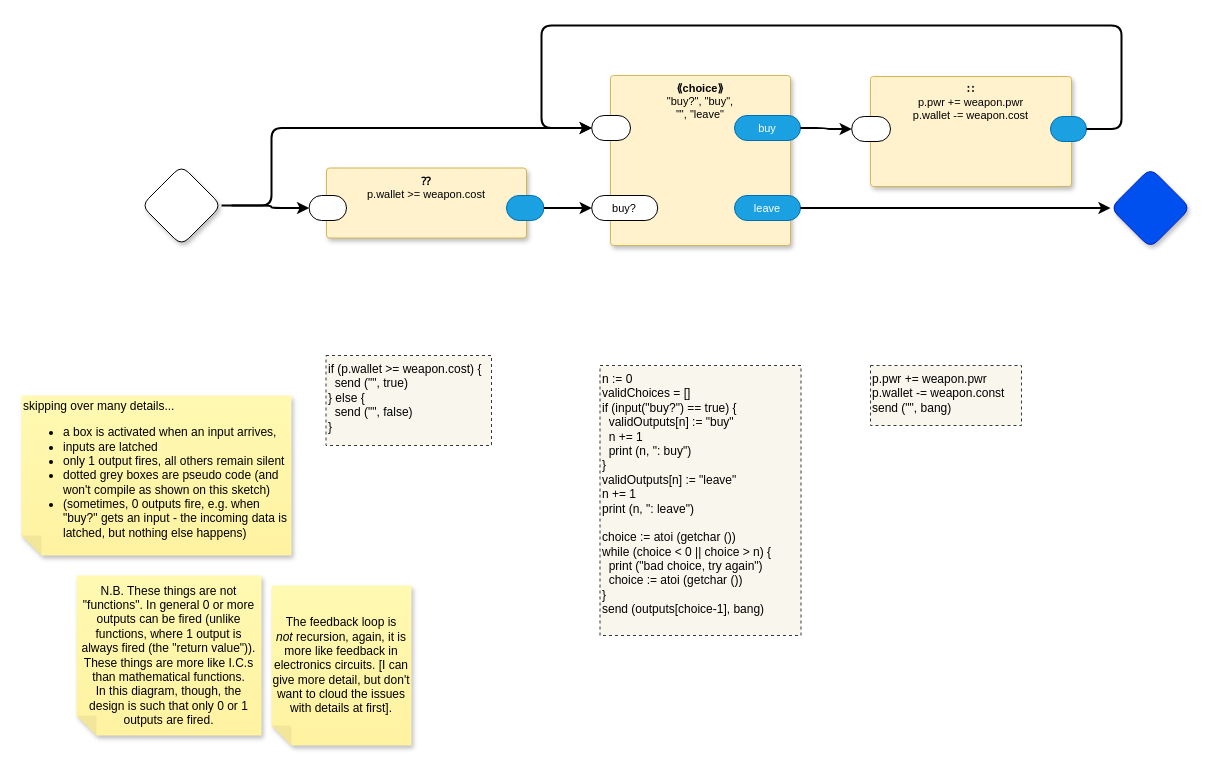
guitarvydas/dc0d keeps this draw.io diagram as page "Shop" (4 of 19) of dc0d.drawio. Above is the earlier version. Source tidied: cells renumbered, new cells numbered last; positions are measured from the earlier drawing's top-left corner, leaving out a move shared by most shapes. Both pictures are drawn from the tidied source at 100%, with x=0, y=0 at pixel (21, 25).
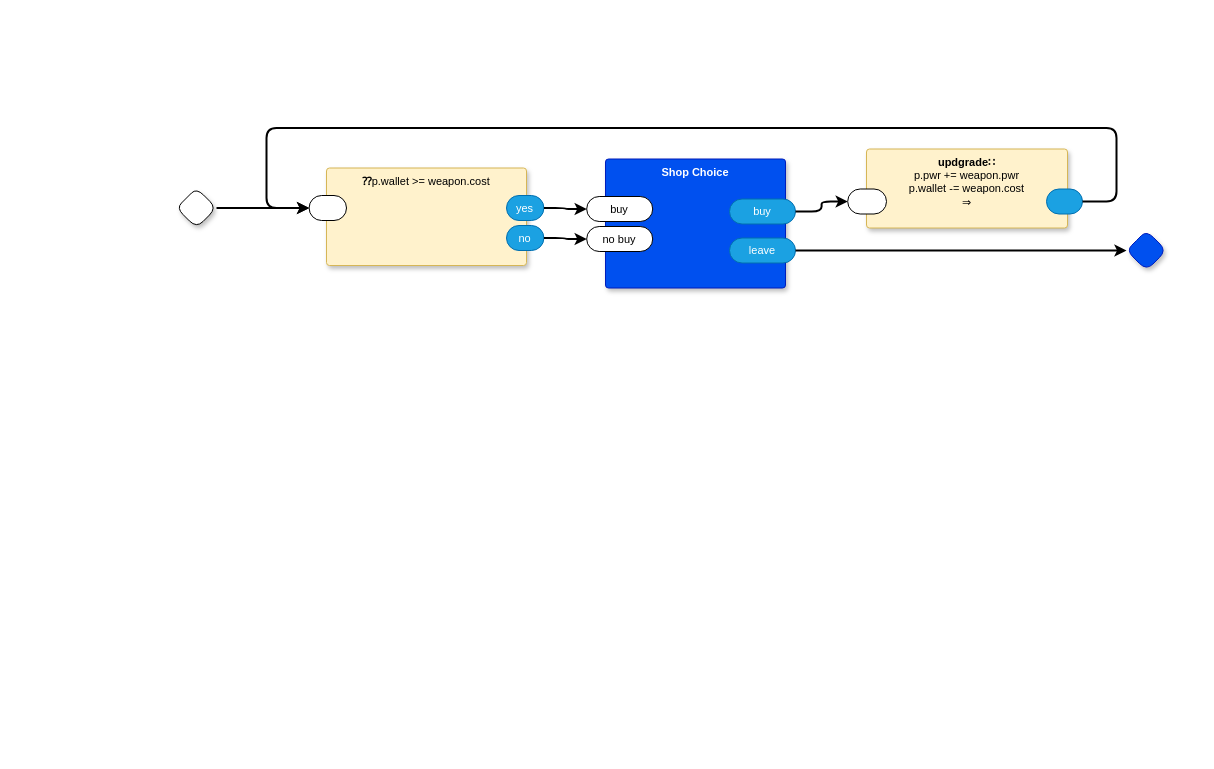
Above is the later version.

The change refers to these unchanged cells:
```xml
<mxCell id="16" style="rounded=1;whiteSpace=wrap;html=1;sketch=0;points=[[0,0.5,0,0,0],[1,0.5,0,0,0]];arcSize=50;fontFamily=Helvetica;fontSize=11;fontColor=default;" parent="15" vertex="1">
  <mxGeometry x="-17.4" y="27.5" width="37.4" height="25" as="geometry" />
</mxCell>
```

What changed in the source:
```diff
@@
-    <mxCell id="0" />
-    <mxCell id="1" parent="0" />
-    <mxCell id="2" value="&lt;b style=&quot;border-color: var(--border-color);&quot;&gt;∷&lt;br&gt;&lt;/b&gt;p.pwr += weapon.pwr&lt;br&gt;p.wallet -= weapon.cost" style="rounded=1;whiteSpace=wrap;html=1;sketch=0;verticalAlign=top;arcSize=6;fontStyle=0;absoluteArcSize=1;shadow=1;strokeColor=#d6b656;fillColor=#fff2cc;fontFamily=Helvetica;fontSize=11;" parent="1" vertex="1">
-      <mxGeometry x="849" y="51" width="201" height="110" as="geometry" />
-    </mxCell>
-    <mxCell id="3" style="rounded=1;whiteSpace=wrap;html=1;sketch=0;points=[[0,0.5,0,0,0],[1,0.5,0,0,0]];arcSize=50;fontFamily=Helvetica;fontSize=11;fontColor=default;" parent="2" vertex="1">
-      <mxGeometry x="-18.8" y="40" width="38.8" height="25" as="geometry" />
-    </mxCell>
+    <mxCell id="27" />
+    <mxCell id="28" parent="27" />
+    <mxCell id="29" value="&lt;b style=&quot;border-color: var(--border-color);&quot;&gt;updgrade∷&lt;br&gt;&lt;/b&gt;p.pwr += weapon.pwr&lt;br&gt;p.wallet -= weapon.cost&lt;br&gt;⇒" style="rounded=1;whiteSpace=wrap;html=1;sketch=0;verticalAlign=top;arcSize=6;fontStyle=0;absoluteArcSize=1;shadow=1;strokeColor=#d6b656;fillColor=#fff2cc;fontFamily=Helvetica;fontSize=11;" parent="28" vertex="1">
+      <mxGeometry x="845" y="123.5" width="201" height="79" as="geometry" />
+    </mxCell>
+    <mxCell id="30" style="rounded=1;whiteSpace=wrap;html=1;sketch=0;points=[[0,0.5,0,0,0],[1,0.5,0,0,0]];arcSize=50;fontFamily=Helvetica;fontSize=11;fontColor=default;" parent="29" vertex="1">
+      <mxGeometry x="-18.8" y="40" width="38.8" height="25" as="geometry" />
+    </mxCell>
-    <mxCell id="4" style="rounded=1;whiteSpace=wrap;html=1;sketch=0;points=[[0,0.5,0,0,0],[1,0.5,0,0,0]];fillColor=#1ba1e2;fontColor=#ffffff;strokeColor=#006EAF;arcSize=50;fontFamily=Helvetica;fontSize=11;" parent="2" vertex="1">
+    <mxCell id="4" style="rounded=1;whiteSpace=wrap;html=1;sketch=0;points=[[0,0.5,0,0,0],[1,0.5,0,0,0]];fillColor=#1ba1e2;fontColor=#ffffff;strokeColor=#006EAF;arcSize=50;fontFamily=Helvetica;fontSize=11;" parent="29" vertex="1">
       <mxGeometry x="180" y="40" width="36" height="25" as="geometry" />
     </mxCell>
-    <mxCell id="5" style="rhombus;whiteSpace=wrap;html=1;rounded=1;fontStyle=1;glass=0;sketch=0;fontSize=12;points=[[0,0.5,0,0,0],[0.5,0,0,0,0],[0.5,1,0,0,0],[1,0.5,0,0,0]];shadow=1;fontFamily=Helvetica;fontColor=default;" parent="1" vertex="1">
-      <mxGeometry x="120" y="140" width="80" height="80" as="geometry" />
-    </mxCell>
-    <mxCell id="6" style="rhombus;whiteSpace=wrap;html=1;rounded=1;fillColor=#0050ef;fontColor=#ffffff;strokeColor=#001DBC;fontStyle=1;glass=0;sketch=0;fontSize=12;points=[[0,0.5,0,0,0],[0.5,0,0,0,0],[0.5,1,0,0,0],[1,0.5,0,0,0]];shadow=1;fontFamily=Helvetica;" parent="1" vertex="1">
-      <mxGeometry x="1089" y="142.5" width="80" height="80" as="geometry" />
-    </mxCell>
-    <mxCell id="7" value="&lt;span style=&quot;border-color: var(--border-color);&quot;&gt;&lt;b&gt;&lt;span style=&quot;border-color: var(--border-color);&quot;&gt;⟪&lt;/span&gt;choice&lt;/b&gt;&lt;b style=&quot;border-color: var(--border-color);&quot;&gt;⟫&lt;/b&gt;&lt;br&gt;&lt;/span&gt;&quot;buy?&quot;, &quot;buy&quot;,&lt;br&gt;&quot;&quot;, &quot;leave&quot;" style="rounded=1;whiteSpace=wrap;html=1;sketch=0;verticalAlign=top;arcSize=6;fontStyle=0;absoluteArcSize=1;shadow=1;strokeColor=#d6b656;fillColor=#fff2cc;fontFamily=Helvetica;fontSize=11;" parent="1" vertex="1">
-      <mxGeometry x="589" y="50" width="180" height="170" as="geometry" />
-    </mxCell>
-    <mxCell id="8" style="rounded=1;whiteSpace=wrap;html=1;sketch=0;points=[[0,0.5,0,0,0],[1,0.5,0,0,0]];arcSize=50;fontFamily=Helvetica;fontSize=11;fontColor=default;" parent="7" vertex="1">
-      <mxGeometry x="-18.8" y="40" width="38.8" height="25" as="geometry" />
-    </mxCell>
+    <mxCell id="31" value="&lt;b&gt;Shop Choice&lt;/b&gt;" style="rounded=1;whiteSpace=wrap;html=1;sketch=0;verticalAlign=top;arcSize=6;fontStyle=0;absoluteArcSize=1;shadow=1;strokeColor=#001DBC;fillColor=#0050ef;fontFamily=Helvetica;fontSize=11;fontColor=#ffffff;" parent="28" vertex="1">
+      <mxGeometry x="584" y="133.5" width="180" height="129" as="geometry" />
+    </mxCell>
-    <mxCell id="9" value="buy" style="rounded=1;whiteSpace=wrap;html=1;sketch=0;points=[[0,0.5,0,0,0],[1,0.5,0,0,0]];fillColor=#1ba1e2;fontColor=#ffffff;strokeColor=#006EAF;arcSize=50;fontFamily=Helvetica;fontSize=11;" parent="7" vertex="1">
+    <mxCell id="9" value="buy" style="rounded=1;whiteSpace=wrap;html=1;sketch=0;points=[[0,0.5,0,0,0],[1,0.5,0,0,0]];fillColor=#1ba1e2;fontColor=#ffffff;strokeColor=#006EAF;arcSize=50;fontFamily=Helvetica;fontSize=11;" parent="31" vertex="1">
       <mxGeometry x="124" y="40" width="66" height="25" as="geometry" />
     </mxCell>
-    <mxCell id="10" value="leave" style="rounded=1;whiteSpace=wrap;html=1;sketch=0;points=[[0,0.5,0,0,0],[1,0.5,0,0,0]];fillColor=#1ba1e2;fontColor=#ffffff;strokeColor=#006EAF;arcSize=50;fontFamily=Helvetica;fontSize=11;" parent="7" vertex="1">
-      <mxGeometry x="124" y="120" width="66" height="25" as="geometry" />
+    <mxCell id="10" value="leave" style="rounded=1;whiteSpace=wrap;html=1;sketch=0;points=[[0,0.5,0,0,0],[1,0.5,0,0,0]];fillColor=#1ba1e2;fontColor=#ffffff;strokeColor=#006EAF;arcSize=50;fontFamily=Helvetica;fontSize=11;" parent="31" vertex="1">
+      <mxGeometry x="124" y="79" width="66" height="25" as="geometry" />
     </mxCell>
-    <mxCell id="11" value="buy?" style="rounded=1;whiteSpace=wrap;html=1;sketch=0;points=[[0,0.5,0,0,0],[1,0.5,0,0,0]];arcSize=50;fontFamily=Helvetica;fontSize=11;fontColor=default;" parent="7" vertex="1">
-      <mxGeometry x="-18.8" y="120" width="66" height="25" as="geometry" />
-    </mxCell>
-    <mxCell id="12" style="edgeStyle=orthogonalEdgeStyle;shape=connector;curved=0;rounded=1;jettySize=auto;html=1;exitX=1;exitY=0.5;exitDx=0;exitDy=0;exitPerimeter=0;entryX=0;entryY=0.5;entryDx=0;entryDy=0;entryPerimeter=0;labelBackgroundColor=default;strokeColor=default;strokeWidth=2;align=center;verticalAlign=middle;fontFamily=Helvetica;fontSize=11;fontColor=default;endArrow=classic;" parent="1" edge="1" source="9" target="3">
-      <mxGeometry relative="1" as="geometry" />
-    </mxCell>
-    <mxCell id="13" style="edgeStyle=orthogonalEdgeStyle;shape=connector;curved=0;rounded=1;jettySize=auto;html=1;exitX=1;exitY=0.5;exitDx=0;exitDy=0;exitPerimeter=0;entryX=0;entryY=0.5;entryDx=0;entryDy=0;entryPerimeter=0;labelBackgroundColor=default;strokeColor=default;strokeWidth=2;align=center;verticalAlign=middle;fontFamily=Helvetica;fontSize=11;fontColor=default;endArrow=classic;" parent="1" edge="1" source="4" target="8">
-      <mxGeometry relative="1" as="geometry">
-        <Array as="points">
-          <mxPoint x="1100" y="104" />
-          <mxPoint x="1100" />
-          <mxPoint x="520" />
-          <mxPoint x="520" y="103" />
-        </Array>
-      </mxGeometry>
-    </mxCell>
-    <mxCell id="14" style="edgeStyle=orthogonalEdgeStyle;shape=connector;curved=0;rounded=1;jettySize=auto;html=1;labelBackgroundColor=default;strokeColor=default;strokeWidth=2;align=center;verticalAlign=middle;fontFamily=Helvetica;fontSize=11;fontColor=default;endArrow=classic;" parent="1" edge="1" source="10" target="6">
-      <mxGeometry relative="1" as="geometry" />
-    </mxCell>
+    <mxCell id="32" value="buy" style="rounded=1;whiteSpace=wrap;html=1;sketch=0;points=[[0,0.5,0,0,0],[1,0.5,0,0,0]];arcSize=50;fontFamily=Helvetica;fontSize=11;fontColor=default;" parent="31" vertex="1">
+      <mxGeometry x="-18.8" y="37.5" width="66" height="25" as="geometry" />
+    </mxCell>
+    <mxCell id="33" value="no buy" style="rounded=1;whiteSpace=wrap;html=1;sketch=0;points=[[0,0.5,0,0,0],[1,0.5,0,0,0]];arcSize=50;fontFamily=Helvetica;fontSize=11;fontColor=default;" parent="31" vertex="1">
+      <mxGeometry x="-18.8" y="67.5" width="66" height="25" as="geometry" />
+    </mxCell>
+    <mxCell id="34" style="edgeStyle=orthogonalEdgeStyle;shape=connector;curved=0;rounded=1;jettySize=auto;html=1;exitX=1;exitY=0.5;exitDx=0;exitDy=0;exitPerimeter=0;entryX=0;entryY=0.5;entryDx=0;entryDy=0;entryPerimeter=0;labelBackgroundColor=default;strokeColor=default;strokeWidth=2;align=center;verticalAlign=middle;fontFamily=Helvetica;fontSize=11;fontColor=default;endArrow=classic;" parent="28" edge="1" source="9" target="30">
+      <mxGeometry relative="1" as="geometry" />
+    </mxCell>
+    <mxCell id="35" style="edgeStyle=orthogonalEdgeStyle;shape=connector;curved=0;rounded=1;jettySize=auto;html=1;exitX=1;exitY=0.5;exitDx=0;exitDy=0;exitPerimeter=0;entryX=0;entryY=0.5;entryDx=0;entryDy=0;entryPerimeter=0;labelBackgroundColor=default;strokeColor=default;strokeWidth=2;align=center;verticalAlign=middle;fontFamily=Helvetica;fontSize=11;fontColor=default;endArrow=classic;" parent="28" edge="1" source="4" target="16">
+      <mxGeometry relative="1" as="geometry">
+        <Array as="points">
+          <mxPoint x="1095" y="176.5" />
+          <mxPoint x="1095" y="102.5" />
+          <mxPoint x="245" y="102.5" />
+          <mxPoint x="245" y="182.5" />
+        </Array>
+      </mxGeometry>
+    </mxCell>
+    <mxCell id="36" style="edgeStyle=orthogonalEdgeStyle;shape=connector;curved=0;rounded=1;jettySize=auto;html=1;labelBackgroundColor=default;strokeColor=default;strokeWidth=2;align=center;verticalAlign=middle;fontFamily=Helvetica;fontSize=11;fontColor=default;endArrow=classic;entryX=0;entryY=0.5;entryDx=0;entryDy=0;entryPerimeter=0;" parent="28" edge="1" source="10" target="42">
+      <mxGeometry relative="1" as="geometry" />
+    </mxCell>
-    <mxCell id="15" value="&lt;b&gt;⁇&lt;/b&gt;&lt;br&gt;p.wallet &amp;gt;= weapon.cost" style="rounded=1;whiteSpace=wrap;html=1;sketch=0;verticalAlign=top;arcSize=6;fontStyle=0;absoluteArcSize=1;shadow=1;strokeColor=#d6b656;fillColor=#fff2cc;fontFamily=Helvetica;fontSize=11;align=center;spacingLeft=0;" parent="1" vertex="1">
-      <mxGeometry x="305" y="142.5" width="200" height="70" as="geometry" />
+    <mxCell id="15" value="&lt;b&gt;⁇&lt;/b&gt;p.wallet &amp;gt;= weapon.cost" style="rounded=1;whiteSpace=wrap;html=1;sketch=0;verticalAlign=top;arcSize=6;fontStyle=0;absoluteArcSize=1;shadow=1;strokeColor=#d6b656;fillColor=#fff2cc;fontFamily=Helvetica;fontSize=11;align=center;spacingLeft=0;" parent="28" vertex="1">
+      <mxGeometry x="305" y="142.5" width="200" height="97.5" as="geometry" />
     </mxCell>
@@
-    <mxCell id="17" style="rounded=1;whiteSpace=wrap;html=1;sketch=0;points=[[0,0.5,0,0,0],[1,0.5,0,0,0]];fillColor=#1ba1e2;fontColor=#ffffff;strokeColor=#006EAF;arcSize=50;fontFamily=Helvetica;fontSize=11;" parent="15" vertex="1">
-      <mxGeometry x="180" y="27.5" width="37.4" height="25" as="geometry" />
-    </mxCell>
-    <mxCell id="18" style="edgeStyle=orthogonalEdgeStyle;shape=connector;curved=0;rounded=1;jettySize=auto;html=1;entryX=0;entryY=0.5;entryDx=0;entryDy=0;entryPerimeter=0;labelBackgroundColor=default;strokeColor=default;strokeWidth=2;align=center;verticalAlign=middle;fontFamily=Helvetica;fontSize=11;fontColor=default;endArrow=classic;" parent="1" edge="1" source="17" target="11">
-      <mxGeometry relative="1" as="geometry" />
-    </mxCell>
-    <mxCell id="19" style="edgeStyle=orthogonalEdgeStyle;shape=connector;curved=0;rounded=1;jettySize=auto;html=1;entryX=0;entryY=0.5;entryDx=0;entryDy=0;entryPerimeter=0;labelBackgroundColor=default;strokeColor=default;strokeWidth=2;align=center;verticalAlign=middle;fontFamily=Helvetica;fontSize=11;fontColor=default;endArrow=classic;" parent="1" edge="1" target="16">
-      <mxGeometry relative="1" as="geometry">
-        <mxPoint x="210" y="180" as="sourcePoint" />
-        <Array as="points">
-          <mxPoint x="250" y="180" />
-          <mxPoint x="250" y="183" />
-        </Array>
-      </mxGeometry>
-    </mxCell>
-    <mxCell id="20" style="edgeStyle=orthogonalEdgeStyle;shape=connector;curved=0;rounded=1;jettySize=auto;html=1;entryX=0;entryY=0.5;entryDx=0;entryDy=0;entryPerimeter=0;labelBackgroundColor=default;strokeColor=default;strokeWidth=2;align=center;verticalAlign=middle;fontFamily=Helvetica;fontSize=11;fontColor=default;endArrow=classic;" parent="1" edge="1" source="5" target="8">
-      <mxGeometry relative="1" as="geometry">
-        <Array as="points">
-          <mxPoint x="250" y="180" />
-          <mxPoint x="250" y="103" />
-        </Array>
-      </mxGeometry>
-    </mxCell>
-    <mxCell id="21" value="n := 0&lt;br&gt;validChoices = []&lt;br style=&quot;border-color: var(--border-color); color: rgb(0, 0, 0);&quot;&gt;&lt;span style=&quot;color: rgb(0, 0, 0);&quot;&gt;if (input(&quot;buy?&quot;) == true) {&lt;br&gt;&lt;/span&gt;&amp;nbsp; validOutputs[n] := &quot;buy&quot;&lt;br style=&quot;border-color: var(--border-color);&quot;&gt;&amp;nbsp; n += 1&lt;br style=&quot;border-color: var(--border-color); color: rgb(0, 0, 0);&quot;&gt;&lt;span style=&quot;color: rgb(0, 0, 0);&quot;&gt;&amp;nbsp; print (n, &quot;: buy&quot;)&lt;/span&gt;&lt;span style=&quot;color: rgb(0, 0, 0);&quot;&gt;&lt;br&gt;&lt;/span&gt;&lt;span style=&quot;color: rgb(0, 0, 0);&quot;&gt;}&lt;br&gt;&lt;/span&gt;validOutputs[n] := &quot;leave&quot;&lt;br style=&quot;border-color: var(--border-color); color: rgb(0, 0, 0);&quot;&gt;&lt;span style=&quot;color: rgb(0, 0, 0);&quot;&gt;n += 1&lt;br&gt;print (n, &quot;: leave&quot;)&lt;/span&gt;&lt;br style=&quot;border-color: var(--border-color); color: rgb(0, 0, 0);&quot;&gt;&lt;br&gt;&lt;div style=&quot;&quot;&gt;&lt;span style=&quot;color: rgb(0, 0, 0); background-color: initial;&quot;&gt;choice := atoi (getchar ())&lt;/span&gt;&lt;/div&gt;&lt;div style=&quot;&quot;&gt;&lt;span style=&quot;color: rgb(0, 0, 0); background-color: initial;&quot;&gt;while (choice &amp;lt; 0 || choice &amp;gt; n) {&lt;/span&gt;&lt;/div&gt;&lt;div style=&quot;&quot;&gt;&lt;span style=&quot;color: rgb(0, 0, 0); background-color: initial;&quot;&gt;&amp;nbsp; print (&quot;bad choice, try again&quot;)&lt;/span&gt;&lt;/div&gt;&lt;div style=&quot;&quot;&gt;&lt;span style=&quot;color: rgb(0, 0, 0); background-color: initial;&quot;&gt;&amp;nbsp; choice := atoi (getchar ())&lt;/span&gt;&lt;/div&gt;&lt;div style=&quot;&quot;&gt;&lt;span style=&quot;color: rgb(0, 0, 0); background-color: initial;&quot;&gt;}&lt;/span&gt;&lt;/div&gt;&lt;div style=&quot;&quot;&gt;&lt;span style=&quot;color: rgb(0, 0, 0); background-color: initial;&quot;&gt;send (outputs[choice-1], bang)&lt;/span&gt;&lt;/div&gt;&lt;div style=&quot;&quot;&gt;&lt;span style=&quot;color: rgb(0, 0, 0); background-color: initial;&quot;&gt;&lt;br&gt;&lt;/span&gt;&lt;/div&gt;" style="rounded=0;whiteSpace=wrap;html=1;dashed=1;fillColor=#f9f7ed;strokeColor=#36393d;align=left;verticalAlign=top;" parent="1" vertex="1">
-      <mxGeometry x="578.5" y="340" width="201" height="270" as="geometry" />
-    </mxCell>
-    <mxCell id="22" value="if (p.wallet &amp;gt;= weapon.cost) {&lt;br&gt;&amp;nbsp; send (&quot;&quot;, true)&lt;br&gt;} else {&lt;br&gt;&amp;nbsp; send (&quot;&quot;, false)&lt;br&gt;}" style="rounded=0;whiteSpace=wrap;html=1;dashed=1;fillColor=#f9f7ed;strokeColor=#36393d;align=left;verticalAlign=top;" parent="1" vertex="1">
-      <mxGeometry x="304.5" y="330" width="165.5" height="90" as="geometry" />
-    </mxCell>
-    <mxCell id="23" value="p.pwr += weapon.pwr&lt;br&gt;p.wallet -= weapon.const&lt;br&gt;send (&quot;&quot;, bang)" style="rounded=0;whiteSpace=wrap;html=1;dashed=1;fillColor=#f9f7ed;strokeColor=#36393d;align=left;verticalAlign=top;" parent="1" vertex="1">
-      <mxGeometry x="849" y="340" width="151" height="60" as="geometry" />
-    </mxCell>
-    <mxCell id="24" value="&lt;span style=&quot;background-color: initial;&quot;&gt;skipping over many details...&lt;/span&gt;&lt;br&gt;&lt;ul&gt;&lt;li&gt;&lt;span style=&quot;background-color: initial;&quot;&gt;a box is activated when an input arrives,&lt;/span&gt;&lt;/li&gt;&lt;li&gt;inputs are latched&lt;/li&gt;&lt;li&gt;only 1 output fires, all others remain silent&lt;/li&gt;&lt;li&gt;dotted grey boxes are pseudo code (and won't compile as shown on this sketch)&lt;br&gt;&lt;/li&gt;&lt;li&gt;(sometimes, 0 outputs fire, e.g. when &quot;buy?&quot; gets an input - the incoming data is latched, but nothing else happens)&lt;/li&gt;&lt;/ul&gt;" style="shape=note;whiteSpace=wrap;html=1;backgroundOutline=1;fontColor=#000000;darkOpacity=0.05;fillColor=#FFF9B2;strokeColor=none;fillStyle=solid;direction=west;gradientDirection=north;gradientColor=#FFF2A1;shadow=1;size=20;align=left;" parent="1" vertex="1">
-      <mxGeometry y="370" width="270" height="160" as="geometry" />
-    </mxCell>
-    <mxCell id="25" value="N.B. These things are not &quot;functions&quot;. In general 0 or more outputs can be fired (unlike functions, where 1 output is always fired (the &quot;return value&quot;)). These things are more like I.C.s than mathematical functions.&lt;br&gt;In this diagram, though, the design is such that only 0 or 1 outputs are fired." style="shape=note;whiteSpace=wrap;html=1;backgroundOutline=1;fontColor=#000000;darkOpacity=0.05;fillColor=#FFF9B2;strokeColor=none;fillStyle=solid;direction=west;gradientDirection=north;gradientColor=#FFF2A1;shadow=1;size=20;" parent="1" vertex="1">
-      <mxGeometry x="55" y="550" width="185" height="160" as="geometry" />
-    </mxCell>
-    <mxCell id="26" value="The feedback loop is &lt;i&gt;not&lt;/i&gt;&amp;nbsp;recursion, again, it is more like feedback in electronics circuits. [I can give more detail, but don't want to cloud the issues with details at first]." style="shape=note;whiteSpace=wrap;html=1;backgroundOutline=1;fontColor=#000000;darkOpacity=0.05;fillColor=#FFF9B2;strokeColor=none;fillStyle=solid;direction=west;gradientDirection=north;gradientColor=#FFF2A1;shadow=1;size=20;" parent="1" vertex="1">
-      <mxGeometry x="250" y="560" width="140" height="160" as="geometry" />
-    </mxCell>
+    <mxCell id="37" value="yes" style="rounded=1;whiteSpace=wrap;html=1;sketch=0;points=[[0,0.5,0,0,0],[1,0.5,0,0,0]];fillColor=#1ba1e2;fontColor=#ffffff;strokeColor=#006EAF;arcSize=50;fontFamily=Helvetica;fontSize=11;" parent="15" vertex="1">
+      <mxGeometry x="180" y="27.5" width="37.4" height="25" as="geometry" />
+    </mxCell>
+    <mxCell id="38" value="no" style="rounded=1;whiteSpace=wrap;html=1;sketch=0;points=[[0,0.5,0,0,0],[1,0.5,0,0,0]];fillColor=#1ba1e2;fontColor=#ffffff;strokeColor=#006EAF;arcSize=50;fontFamily=Helvetica;fontSize=11;" parent="15" vertex="1">
+      <mxGeometry x="180" y="57.5" width="37.4" height="25" as="geometry" />
+    </mxCell>
+    <mxCell id="39" style="edgeStyle=orthogonalEdgeStyle;shape=connector;curved=0;rounded=1;jettySize=auto;html=1;entryX=0;entryY=0.5;entryDx=0;entryDy=0;entryPerimeter=0;labelBackgroundColor=default;strokeColor=default;strokeWidth=2;align=center;verticalAlign=middle;fontFamily=Helvetica;fontSize=11;fontColor=default;endArrow=classic;" parent="28" edge="1" source="37" target="32">
+      <mxGeometry relative="1" as="geometry" />
+    </mxCell>
+    <mxCell id="40" style="rhombus;whiteSpace=wrap;html=1;rounded=1;fontStyle=1;glass=0;sketch=0;fontSize=12;points=[[0,0.5,0,0,0],[0.5,0,0,0,0],[0.5,1,0,0,0],[1,0.5,0,0,0]];shadow=1;fontFamily=Helvetica;fontColor=default;" parent="28" vertex="1">
+      <mxGeometry x="155" y="162.5" width="40" height="40" as="geometry" />
+    </mxCell>
+    <mxCell id="41" style="edgeStyle=orthogonalEdgeStyle;shape=connector;curved=0;rounded=1;jettySize=auto;html=1;exitX=1;exitY=0.5;exitDx=0;exitDy=0;exitPerimeter=0;entryX=0;entryY=0.5;entryDx=0;entryDy=0;entryPerimeter=0;labelBackgroundColor=default;strokeColor=default;strokeWidth=2;align=center;verticalAlign=middle;fontFamily=Helvetica;fontSize=11;fontColor=default;endArrow=classic;" parent="28" edge="1" source="40" target="16">
+      <mxGeometry relative="1" as="geometry" />
+    </mxCell>
+    <mxCell id="42" style="rhombus;whiteSpace=wrap;html=1;rounded=1;fontStyle=1;glass=0;sketch=0;fontSize=12;points=[[0,0.5,0,0,0],[0.5,0,0,0,0],[0.5,1,0,0,0],[1,0.5,0,0,0]];shadow=1;fillColor=#0050ef;fontColor=#ffffff;strokeColor=#001DBC;fontFamily=Helvetica;" parent="28" vertex="1">
+      <mxGeometry x="1105" y="205" width="40" height="40" as="geometry" />
+    </mxCell>
+    <mxCell id="43" style="edgeStyle=orthogonalEdgeStyle;shape=connector;curved=0;rounded=1;jettySize=auto;html=1;exitX=1;exitY=0.5;exitDx=0;exitDy=0;exitPerimeter=0;entryX=0;entryY=0.5;entryDx=0;entryDy=0;entryPerimeter=0;labelBackgroundColor=default;strokeColor=default;strokeWidth=2;align=center;verticalAlign=middle;fontFamily=Helvetica;fontSize=11;fontColor=default;endArrow=classic;" parent="28" edge="1" source="38" target="33">
+      <mxGeometry relative="1" as="geometry" />
+    </mxCell>
```
